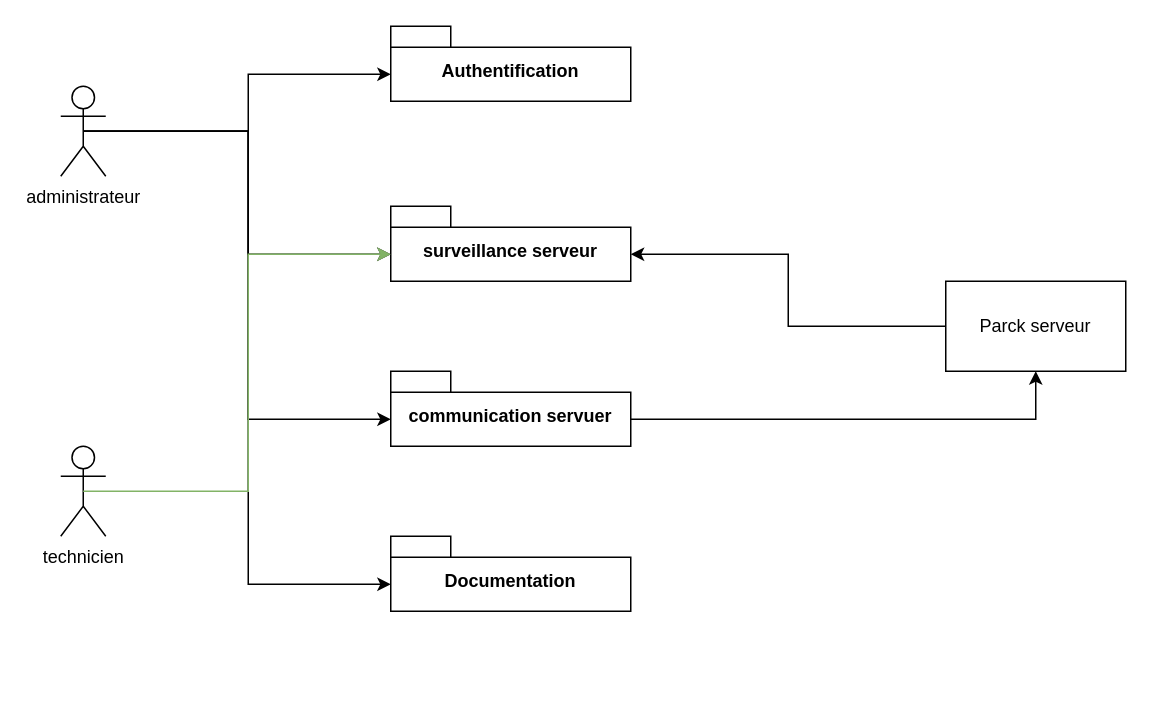
The draw.io diagram paquetage.drawio in houckontape/tuxProject, before the edit. Source tidied: cells renumbered, new cells numbered last; positions are measured from the earlier drawing's top-left corner, leaving out a move shared by most shapes. Both pictures are drawn from the tidied source at 150%, with x=0, y=0 at pixel (60, 26).
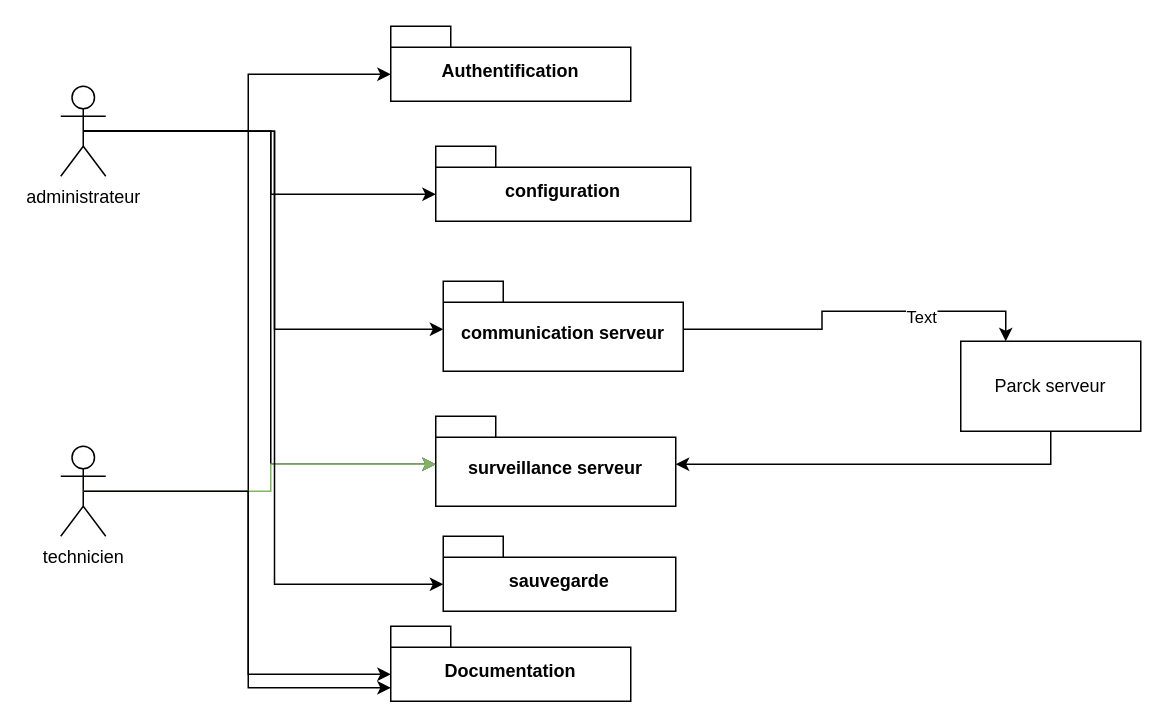
The same diagram, later.

Commit message:
Mettre à jour paquetage.drawio

The change refers to these unchanged cells:
```xml
<mxCell id="2" value="administrateur" style="shape=umlActor;verticalLabelPosition=bottom;verticalAlign=top;html=1;outlineConnect=0;" parent="1" vertex="1">
  <mxGeometry y="40" width="30" height="60" as="geometry" />
</mxCell>
<mxCell id="3" value="technicien" style="shape=umlActor;verticalLabelPosition=bottom;verticalAlign=top;html=1;outlineConnect=0;" parent="1" vertex="1">
  <mxGeometry y="280" width="30" height="60" as="geometry" />
</mxCell>
```

The edit, as a diff of the source:
```diff
@@
     <mxCell id="4" value="Parck serveur" style="rounded=0;whiteSpace=wrap;html=1;" parent="1" vertex="1">
-      <mxGeometry x="590" y="170" width="120" height="60" as="geometry" />
+      <mxGeometry x="600" y="210" width="120" height="60" as="geometry" />
     </mxCell>
@@
     <mxCell id="6" value="surveillance serveur" style="shape=folder;fontStyle=1;spacingTop=10;tabWidth=40;tabHeight=14;tabPosition=left;html=1;whiteSpace=wrap;" parent="1" vertex="1">
-      <mxGeometry x="220" y="120" width="160" height="50" as="geometry" />
+      <mxGeometry x="250" y="260" width="160" height="60" as="geometry" />
     </mxCell>
@@
-    <mxCell id="9" style="edgeStyle=orthogonalEdgeStyle;rounded=0;jettySize=auto;html=1;exitX=0;exitY=0.5;exitDx=0;exitDy=0;entryX=0;entryY=0;entryDx=160;entryDy=32;entryPerimeter=0;" parent="1" edge="1" source="4" target="6">
+    <mxCell id="9" style="edgeStyle=orthogonalEdgeStyle;rounded=0;jettySize=auto;html=1;exitX=0.5;exitY=1;exitDx=0;exitDy=0;entryX=0;entryY=0;entryDx=160;entryDy=32;entryPerimeter=0;" parent="1" edge="1" source="4" target="6">
       <mxGeometry relative="1" as="geometry" />
     </mxCell>
-    <mxCell id="10" style="edgeStyle=orthogonalEdgeStyle;rounded=0;jettySize=auto;html=1;exitX=0;exitY=0;exitDx=160;exitDy=32;exitPerimeter=0;entryX=0.5;entryY=1;entryDx=0;entryDy=0;" parent="1" edge="1" source="11" target="4">
+    <mxCell id="10" style="edgeStyle=orthogonalEdgeStyle;rounded=0;jettySize=auto;html=1;exitX=0;exitY=0;exitDx=160;exitDy=32;exitPerimeter=0;entryX=0.25;entryY=0;entryDx=0;entryDy=0;" parent="1" edge="1" source="11" target="4">
       <mxGeometry relative="1" as="geometry" />
     </mxCell>
+    <mxCell id="16" value="Text" style="edgeLabel;html=1;align=center;verticalAlign=middle;" parent="10" vertex="1">
+      <mxGeometry x="0.38" y="-3" relative="1" as="geometry" />
+    </mxCell>
-    <mxCell id="11" value="communication servuer" style="shape=folder;fontStyle=1;spacingTop=10;tabWidth=40;tabHeight=14;tabPosition=left;html=1;whiteSpace=wrap;" parent="1" vertex="1">
-      <mxGeometry x="220" y="230" width="160" height="50" as="geometry" />
+    <mxCell id="11" value="communication serveur" style="shape=folder;fontStyle=1;spacingTop=10;tabWidth=40;tabHeight=14;tabPosition=left;html=1;whiteSpace=wrap;" parent="1" vertex="1">
+      <mxGeometry x="255" y="170" width="160" height="60" as="geometry" />
     </mxCell>
@@
     <mxCell id="13" value="Documentation" style="shape=folder;fontStyle=1;spacingTop=10;tabWidth=40;tabHeight=14;tabPosition=left;html=1;whiteSpace=wrap;" parent="1" vertex="1">
-      <mxGeometry x="220" y="340" width="160" height="50" as="geometry" />
+      <mxGeometry x="220" y="400" width="160" height="50" as="geometry" />
     </mxCell>
@@
+    <mxCell id="17" value="configuration" style="shape=folder;fontStyle=1;spacingTop=10;tabWidth=40;tabHeight=14;tabPosition=left;html=1;whiteSpace=wrap;" parent="1" vertex="1">
+      <mxGeometry x="250" y="80" width="170" height="50" as="geometry" />
+    </mxCell>
+    <mxCell id="18" style="edgeStyle=orthogonalEdgeStyle;rounded=0;jettySize=auto;html=1;exitX=0.5;exitY=0.5;exitDx=0;exitDy=0;exitPerimeter=0;entryX=0;entryY=0;entryDx=0;entryDy=32;entryPerimeter=0;" parent="1" edge="1" source="2" target="17">
+      <mxGeometry relative="1" as="geometry" />
+    </mxCell>
+    <mxCell id="19" style="edgeStyle=orthogonalEdgeStyle;rounded=0;jettySize=auto;html=1;exitX=0.5;exitY=0.5;exitDx=0;exitDy=0;exitPerimeter=0;entryX=0;entryY=0;entryDx=0;entryDy=41;entryPerimeter=0;" parent="1" edge="1" source="3" target="13">
+      <mxGeometry relative="1" as="geometry" />
+    </mxCell>
+    <mxCell id="20" value="sauvegarde" style="shape=folder;fontStyle=1;spacingTop=10;tabWidth=40;tabHeight=14;tabPosition=left;html=1;whiteSpace=wrap;" parent="1" vertex="1">
+      <mxGeometry x="255" y="340" width="155" height="50" as="geometry" />
+    </mxCell>
+    <mxCell id="21" style="edgeStyle=orthogonalEdgeStyle;rounded=0;jettySize=auto;html=1;exitX=0.5;exitY=0.5;exitDx=0;exitDy=0;exitPerimeter=0;entryX=0;entryY=0;entryDx=0;entryDy=32;entryPerimeter=0;" parent="1" edge="1" source="2" target="20">
+      <mxGeometry relative="1" as="geometry" />
+    </mxCell>
```
